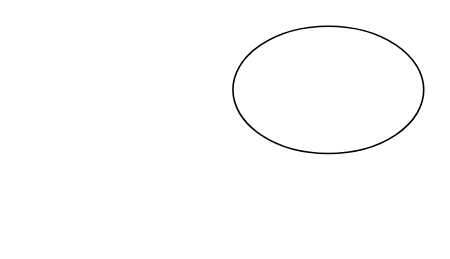
Before: page "Exemplo ELB-3" (3 of 3) of ElasticLoadBalance/ArquiteturaELB.drawio in ferhmdiogo/arquiteturasaws, a draw.io diagram. Source tidied: cells renumbered, new cells numbered last; positions are measured from the earlier drawing's top-left corner, leaving out a move shared by most shapes. Both pictures are drawn from the tidied source at 159%, with x=0, y=0 at pixel (232, 25).
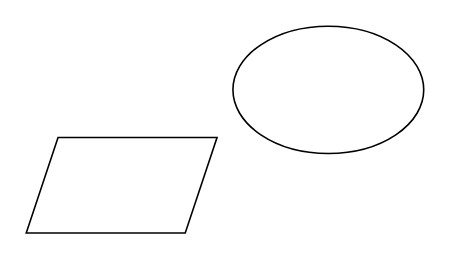
Above is the later version.

Commit message:
Alteração no desenho

Change to the diagram source:
```diff
@@
 <mxGraphModel>
   <root>
     <mxCell id="0" />
     <mxCell id="1" parent="0" />
     <mxCell id="2" style="ellipse;whiteSpace=wrap;html=1;" parent="1" vertex="1">
       <mxGeometry width="120" height="80" as="geometry" />
     </mxCell>
+    <mxCell id="3" style="shape=parallelogram;perimeter=parallelogramPerimeter;whiteSpace=wrap;html=1;fixedSize=1;" parent="1" vertex="1">
+      <mxGeometry x="-130" y="70" width="120" height="60" as="geometry" />
+    </mxCell>
   </root>
 </mxGraphModel>
```
